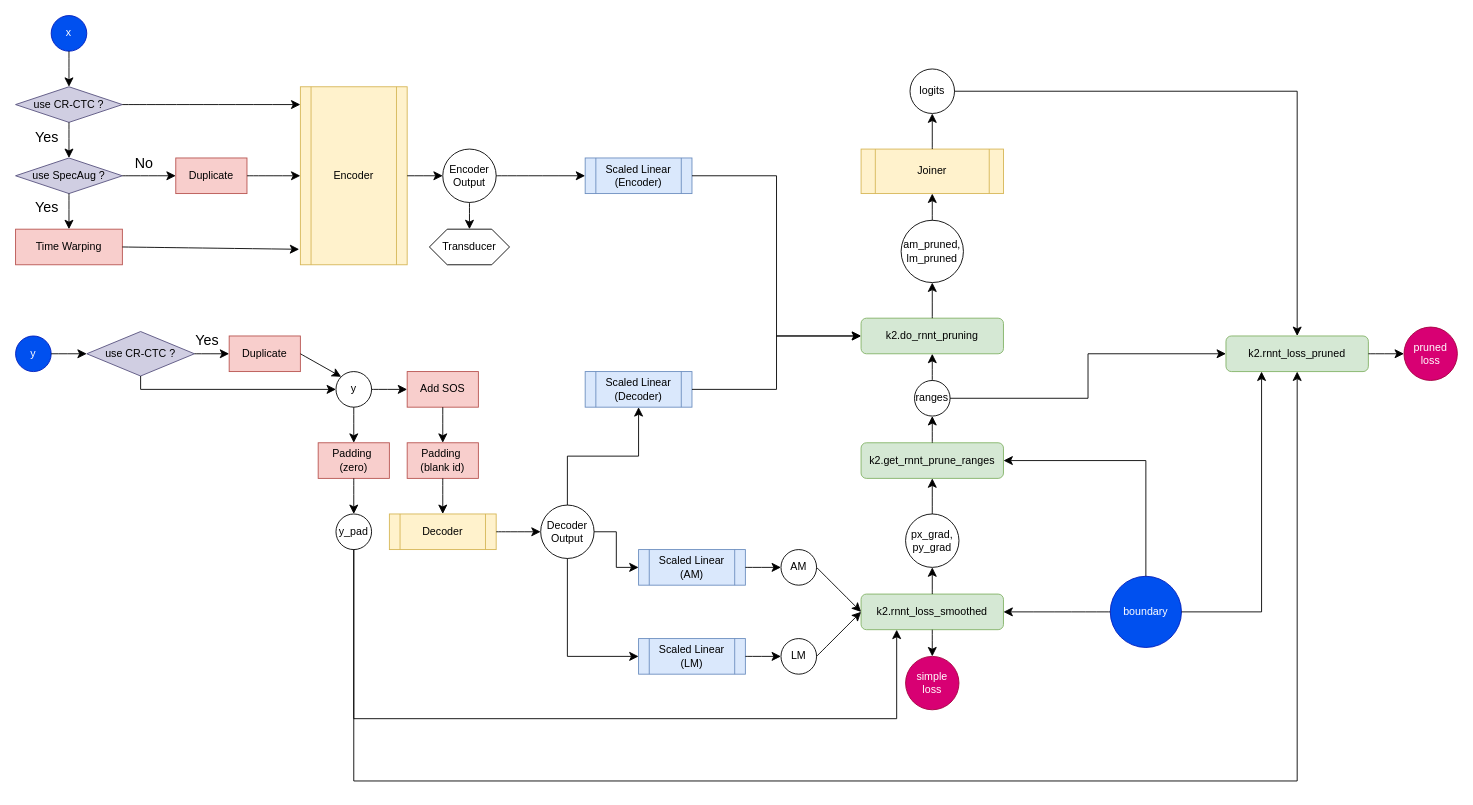
Before: Sherpa-Architecture.drawio in nqh-tq-32052503/SherpaZipformer, a draw.io diagram. Source tidied: cells renumbered, new cells numbered last; positions are measured from the earlier drawing's top-left corner, leaving out a move shared by most shapes. Both pictures are drawn from the tidied source at 89%, with x=0, y=0 at pixel (15, 15).
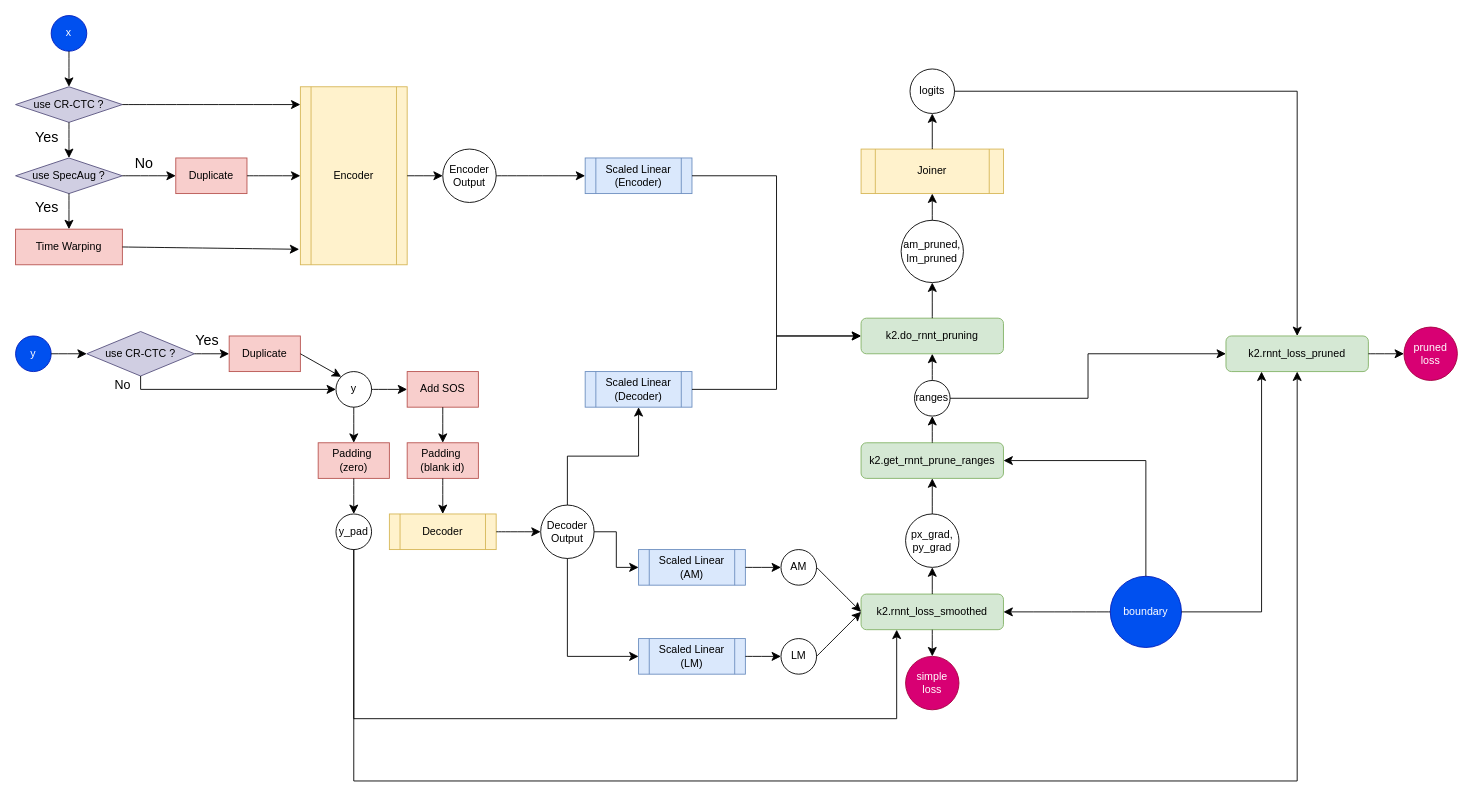
After the change.

Unchanged cells that the change refers to:
```xml
<mxCell id="18" value="Encoder&lt;div&gt;Output&lt;/div&gt;" style="ellipse;whiteSpace=wrap;html=1;" parent="1" vertex="1">
  <mxGeometry x="480" y="150" width="60" height="60" as="geometry" />
</mxCell>
```

Change to the diagram source:
```diff
@@
-    <mxCell id="20" style="endArrow=classic;html=1;rounded=0;fontSize=12;startSize=8;endSize=8;curved=1;exitX=0.5;exitY=1;exitDx=0;exitDy=0;entryX=0.5;entryY=0;entryDx=0;entryDy=0;" parent="1" edge="1" source="18" target="21">
-      <mxGeometry relative="1" as="geometry" />
-    </mxCell>
-    <mxCell id="21" value="Transducer" style="shape=hexagon;perimeter=hexagonPerimeter2;whiteSpace=wrap;html=1;fixedSize=1;" parent="1" vertex="1">
-      <mxGeometry x="465" y="240" width="90" height="40" as="geometry" />
-    </mxCell>
@@
+    <mxCell id="87" value="&lt;font style=&quot;font-size: 14px;&quot;&gt;No&lt;/font&gt;" style="text;html=1;align=center;verticalAlign=middle;strokeColor=none;fillColor=none;" parent="1" vertex="1">
+      <mxGeometry x="100" y="400" width="40" height="30" as="geometry" />
+    </mxCell>
```
